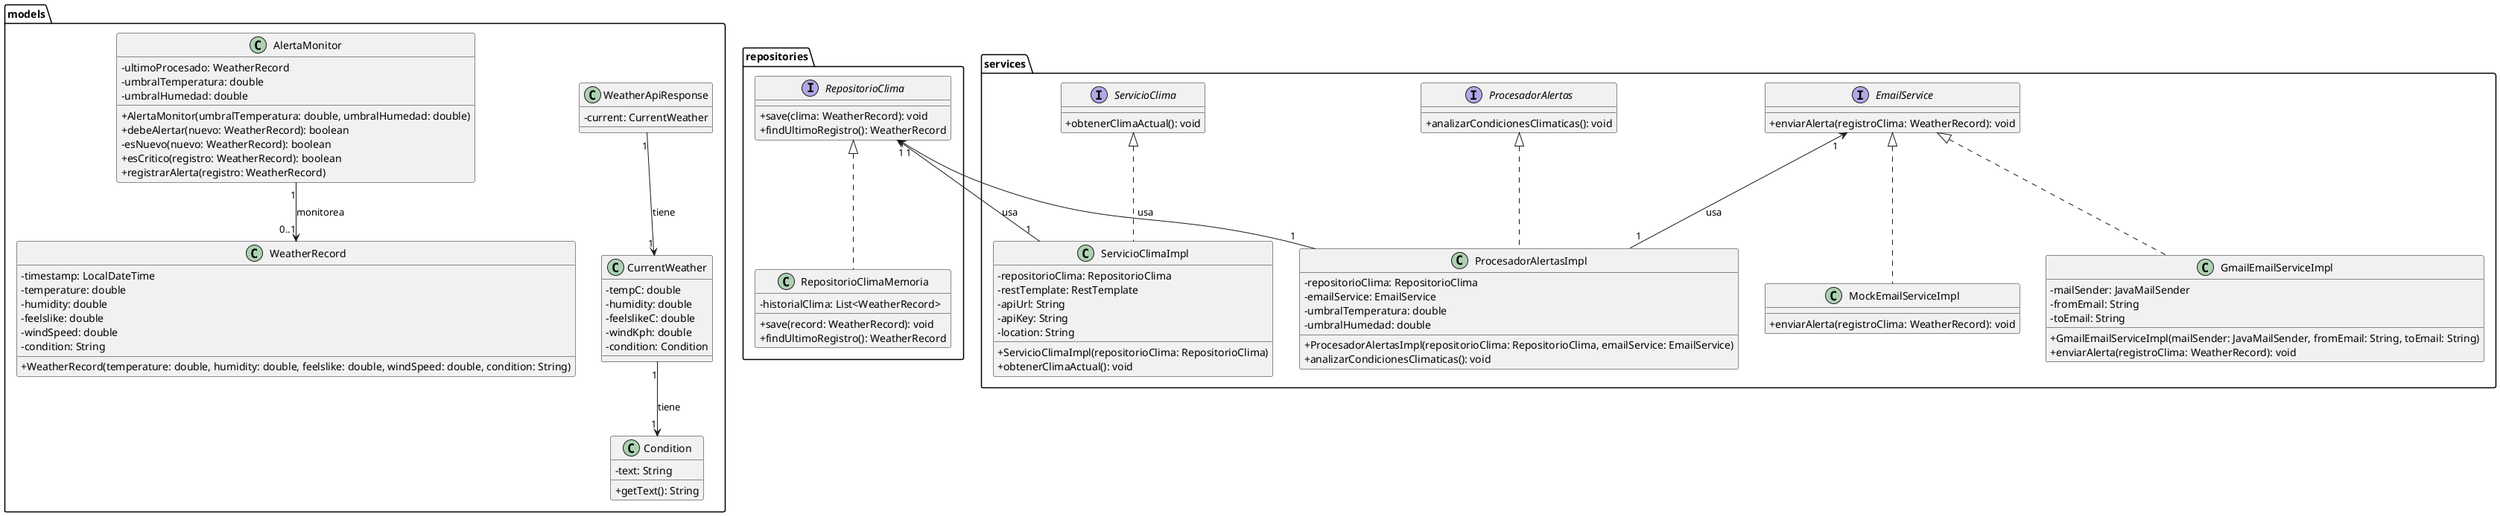
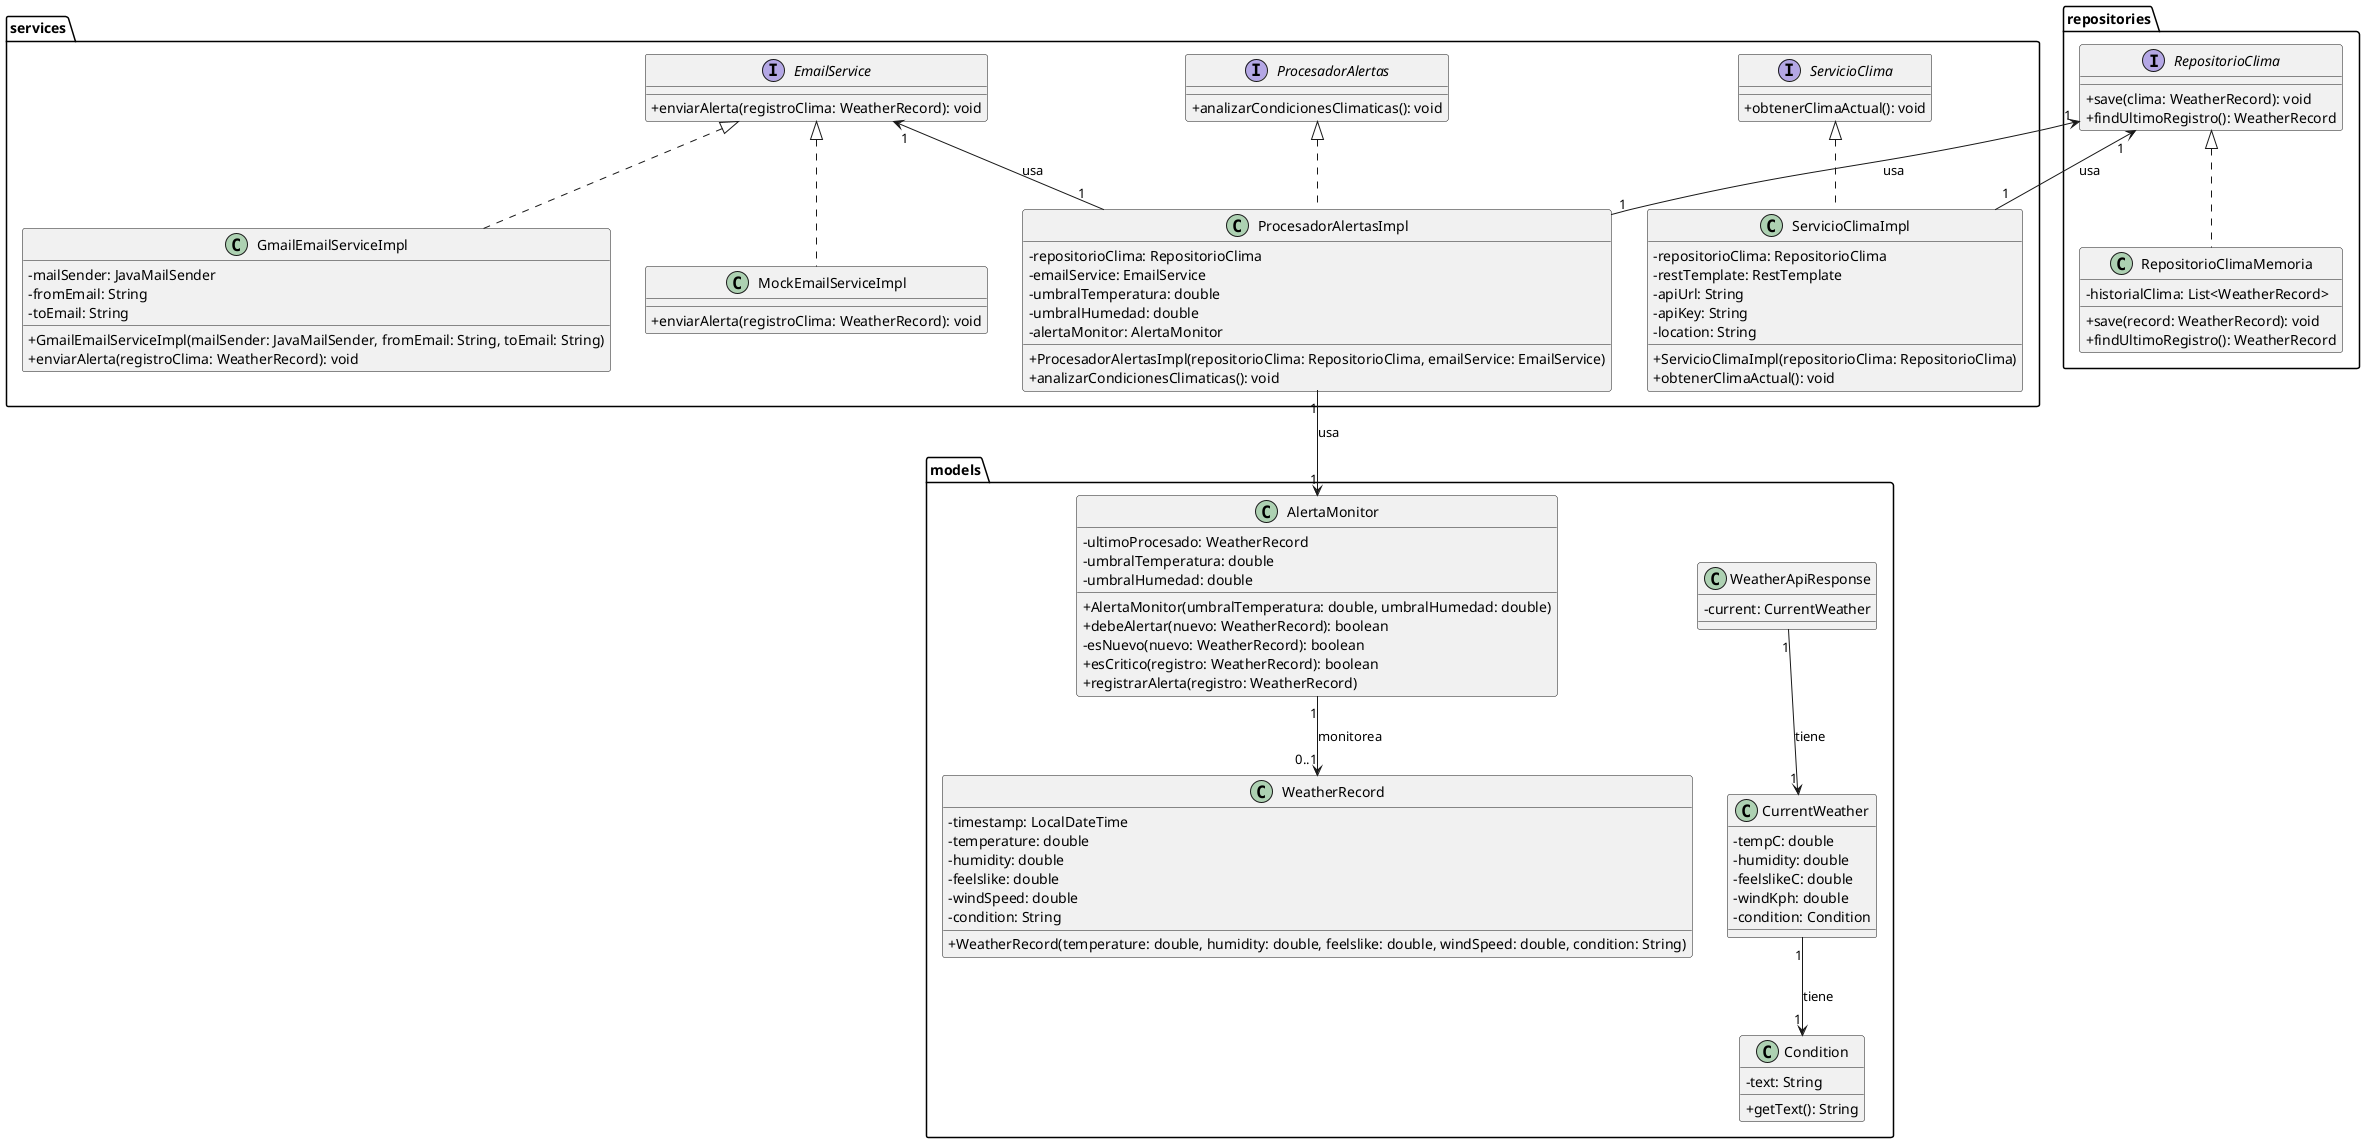
@startuml
skinparam classAttributeIconSize 0

package models {
  class Condition {
    -text: String
    +getText(): String
  }

  class WeatherRecord {
    -timestamp: LocalDateTime
    -temperature: double
    -humidity: double
    -feelslike: double
    -windSpeed: double
    -condition: String
    +WeatherRecord(temperature: double, humidity: double, feelslike: double, windSpeed: double, condition: String)
  }

  class CurrentWeather {
    -tempC: double
    -humidity: double
    -feelslikeC: double
    -windKph: double
    -condition: Condition
  }

  class WeatherApiResponse {
    -current: CurrentWeather
  }

  class AlertaMonitor {
    -ultimoProcesado: WeatherRecord
    -umbralTemperatura: double
    -umbralHumedad: double
    +AlertaMonitor(umbralTemperatura: double, umbralHumedad: double)
    +debeAlertar(nuevo: WeatherRecord): boolean
    -esNuevo(nuevo: WeatherRecord): boolean
    +esCritico(registro: WeatherRecord): boolean
    +registrarAlerta(registro: WeatherRecord)
  }
}

package repositories {
  interface RepositorioClima {
    +save(clima: WeatherRecord): void
    +findUltimoRegistro(): WeatherRecord
  }

  class RepositorioClimaMemoria {
    -historialClima: List<WeatherRecord>
    +save(record: WeatherRecord): void
    +findUltimoRegistro(): WeatherRecord
  }
}

package services {
  interface EmailService {
    +enviarAlerta(registroClima: WeatherRecord): void
  }

  class MockEmailServiceImpl {
    +enviarAlerta(registroClima: WeatherRecord): void
  }

  class GmailEmailServiceImpl {
    -mailSender: JavaMailSender
    -fromEmail: String
    -toEmail: String
    +GmailEmailServiceImpl(mailSender: JavaMailSender, fromEmail: String, toEmail: String)
    +enviarAlerta(registroClima: WeatherRecord): void
  }

  interface ServicioClima {
    +obtenerClimaActual(): void
  }

  class ServicioClimaImpl {
    -repositorioClima: RepositorioClima
    -restTemplate: RestTemplate
    -apiUrl: String
    -apiKey: String
    -location: String
    +ServicioClimaImpl(repositorioClima: RepositorioClima)
    +obtenerClimaActual(): void
  }

  interface ProcesadorAlertas {
    +analizarCondicionesClimaticas(): void
  }

  class ProcesadorAlertasImpl {
    -repositorioClima: RepositorioClima
    -emailService: EmailService
    -umbralTemperatura: double
    -umbralHumedad: double
+     -alertaMonitor: AlertaMonitor
    +ProcesadorAlertasImpl(repositorioClima: RepositorioClima, emailService: EmailService)
    +analizarCondicionesClimaticas(): void
  }
}

' Relaciones
WeatherApiResponse "1" --> "1" CurrentWeather : tiene
CurrentWeather "1" --> "1" Condition : tiene
AlertaMonitor "1" --> "0..1" WeatherRecord : monitorea

RepositorioClima <|.. RepositorioClimaMemoria
RepositorioClima "1" <-- "1" ServicioClimaImpl : usa
RepositorioClima "1" <-- "1" ProcesadorAlertasImpl : usa

EmailService <|.. MockEmailServiceImpl
EmailService <|.. GmailEmailServiceImpl
EmailService "1" <-- "1" ProcesadorAlertasImpl : usa

ServicioClima <|.. ServicioClimaImpl

ProcesadorAlertas <|.. ProcesadorAlertasImpl

+ ProcesadorAlertasImpl "1" --> "1" AlertaMonitor : usa
+ 
@enduml